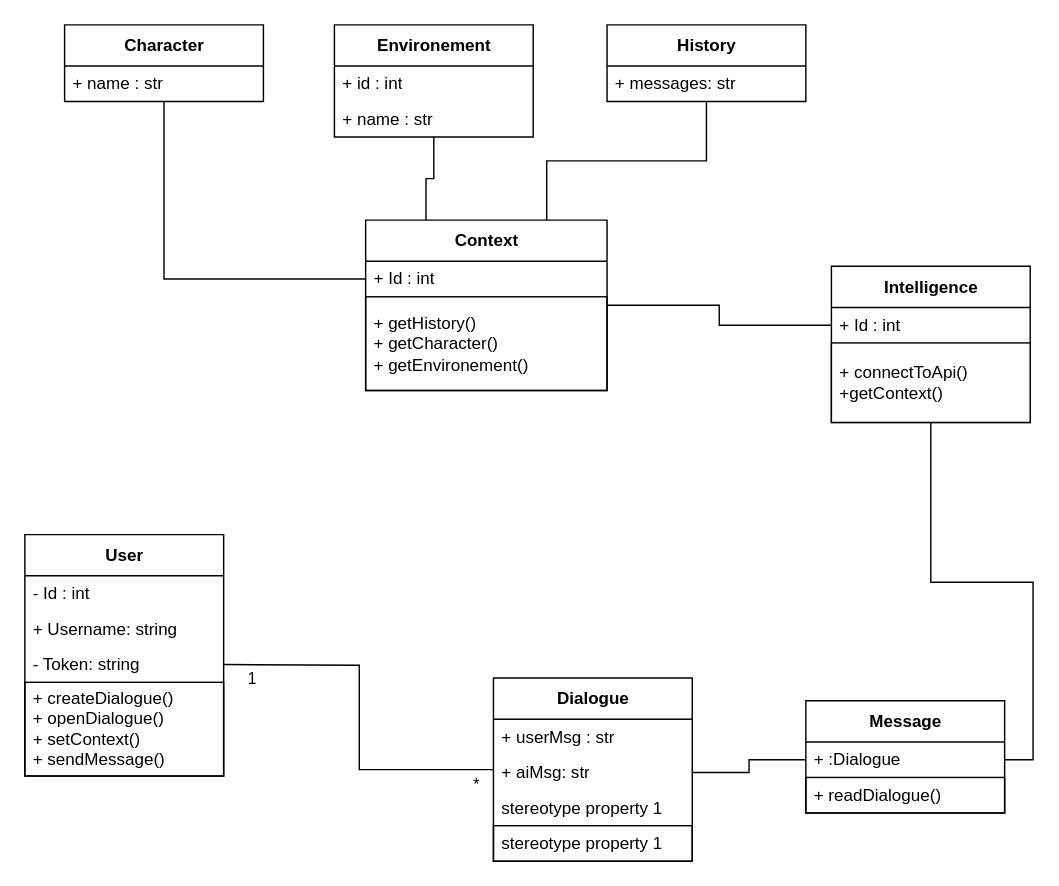
This is page "Class" (2 of 6) of UseCase.drawio from TheoPasquier/Ai-Personnality-chatting, a draw.io file, before an edit. Source tidied: cells renumbered, new cells numbered last; positions are measured from the earlier drawing's top-left corner, leaving out a move shared by most shapes. Both pictures are drawn from the tidied source at 142%, with x=0, y=0 at pixel (24, 24).
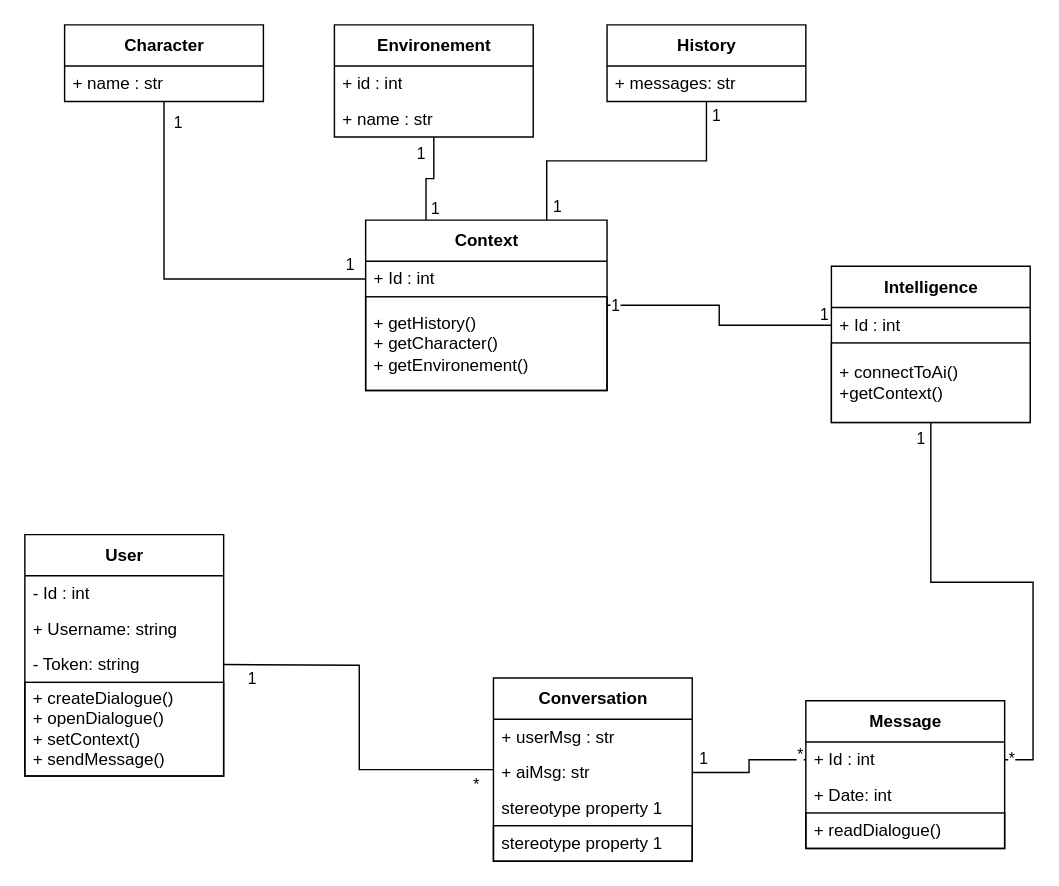
The same diagram, later.

The change refers to these unchanged cells:
```xml
<mxCell id="2" style="edgeStyle=orthogonalEdgeStyle;rounded=0;jettySize=auto;html=1;entryX=0;entryY=0.5;entryDx=0;entryDy=0;endArrow=none;endFill=0;" parent="1" edge="1" source="3" target="16">
  <mxGeometry relative="1" as="geometry" />
</mxCell>
<mxCell id="11" style="edgeStyle=orthogonalEdgeStyle;rounded=0;jettySize=auto;html=1;entryX=0;entryY=0.5;entryDx=0;entryDy=0;endArrow=none;endFill=0;" parent="1" edge="1" source="12" target="4">
  <mxGeometry relative="1" as="geometry" />
</mxCell>
<mxCell id="14" style="edgeStyle=orthogonalEdgeStyle;rounded=0;jettySize=auto;html=1;entryX=1;entryY=0.5;entryDx=0;entryDy=0;endArrow=none;endFill=0;" parent="1" edge="1" source="15" target="34">
  <mxGeometry relative="1" as="geometry" />
</mxCell>
<mxCell id="15" value="Intelligence" style="swimlane;fontStyle=1;align=center;verticalAlign=middle;horizontal=1;startSize=29;html=1;" parent="1" vertex="1">
  <mxGeometry x="568" y="170" width="140" height="110" as="geometry" />
</mxCell>
<mxCell id="26" style="edgeStyle=orthogonalEdgeStyle;rounded=0;jettySize=auto;html=1;entryX=0.25;entryY=0;entryDx=0;entryDy=0;endArrow=none;endFill=0;" parent="1" edge="1" source="27" target="3">
  <mxGeometry relative="1" as="geometry" />
</mxCell>
<mxCell id="30" style="edgeStyle=orthogonalEdgeStyle;rounded=0;jettySize=auto;html=1;entryX=0.75;entryY=0;entryDx=0;entryDy=0;endArrow=none;endFill=0;" parent="1" edge="1" source="31" target="3">
  <mxGeometry relative="1" as="geometry" />
</mxCell>
<mxCell id="36" style="edgeStyle=orthogonalEdgeStyle;rounded=0;jettySize=auto;html=1;exitX=0;exitY=0.5;exitDx=0;exitDy=0;entryX=1;entryY=0.5;entryDx=0;entryDy=0;endArrow=none;endFill=0;" parent="1" edge="1" source="34" target="8">
  <mxGeometry relative="1" as="geometry" />
</mxCell>
```

The edit, as a diff of the source:
```diff
@@
+    <mxCell id="37" value="1" style="edgeLabel;html=1;align=center;verticalAlign=middle;" parent="2" vertex="1">
+      <mxGeometry x="-0.94" relative="1" as="geometry" />
+    </mxCell>
+    <mxCell id="38" value="1" style="edgeLabel;html=1;align=center;verticalAlign=middle;" parent="2" vertex="1">
+      <mxGeometry x="0.94" y="-1" relative="1" as="geometry">
+        <mxPoint x="-1" y="-9" as="offset" />
+      </mxGeometry>
+    </mxCell>
@@
-    <mxCell id="6" value="Dialogue" style="swimlane;fontStyle=1;align=center;verticalAlign=middle;horizontal=1;startSize=29;html=1;" parent="1" vertex="1">
+    <mxCell id="6" value="Conversation" style="swimlane;fontStyle=1;align=center;verticalAlign=middle;horizontal=1;startSize=29;html=1;" parent="1" vertex="1">
       <mxGeometry x="330" y="460" width="140" height="129" as="geometry" />
     </mxCell>
@@
+    <mxCell id="39" value="1" style="edgeLabel;html=1;align=center;verticalAlign=middle;" parent="11" vertex="1">
+      <mxGeometry x="0.92" y="1" relative="1" as="geometry">
+        <mxPoint x="-1" y="-10" as="offset" />
+      </mxGeometry>
+    </mxCell>
@@
+    <mxCell id="40" value="1" style="edgeLabel;html=1;align=center;verticalAlign=middle;" parent="14" vertex="1">
+      <mxGeometry x="0.8" y="1" relative="1" as="geometry">
+        <mxPoint x="-81" y="-214" as="offset" />
+      </mxGeometry>
+    </mxCell>
+    <mxCell id="41" value="*" style="edgeLabel;html=1;align=center;verticalAlign=middle;" parent="14" vertex="1">
+      <mxGeometry x="0.97" relative="1" as="geometry">
+        <mxPoint y="-1" as="offset" />
+      </mxGeometry>
+    </mxCell>
@@
-    <mxCell id="17" value="+ connectToApi()&lt;br&gt;+getContext()" style="text;html=1;strokeColor=default;fillColor=default;align=left;verticalAlign=middle;spacingLeft=4;spacingRight=4;overflow=hidden;" parent="15" vertex="1">
+    <mxCell id="17" value="+ connectToAi()&lt;br&gt;+getContext()" style="text;html=1;strokeColor=default;fillColor=default;align=left;verticalAlign=middle;spacingLeft=4;spacingRight=4;overflow=hidden;" parent="15" vertex="1">
       <mxGeometry y="54" width="140" height="56" as="geometry" />
     </mxCell>
@@
+    <mxCell id="42" value="1" style="edgeLabel;html=1;align=center;verticalAlign=middle;" parent="26" vertex="1">
+      <mxGeometry x="-0.32" relative="1" as="geometry">
+        <mxPoint x="-10" y="-11" as="offset" />
+      </mxGeometry>
+    </mxCell>
@@
+    <mxCell id="43" value="1" style="edgeLabel;html=1;align=center;verticalAlign=middle;" parent="30" vertex="1">
+      <mxGeometry x="0.89" y="-3" relative="1" as="geometry">
+        <mxPoint x="10" y="1" as="offset" />
+      </mxGeometry>
+    </mxCell>
+    <mxCell id="44" value="1" style="edgeLabel;html=1;align=center;verticalAlign=middle;" parent="30" vertex="1">
+      <mxGeometry x="-0.91" relative="1" as="geometry">
+        <mxPoint x="6" as="offset" />
+      </mxGeometry>
+    </mxCell>
@@
     <mxCell id="33" value="Message" style="swimlane;fontStyle=1;align=center;verticalAlign=middle;horizontal=1;startSize=29;html=1;" parent="1" vertex="1">
-      <mxGeometry x="550" y="476" width="140" height="79" as="geometry" />
+      <mxGeometry x="550" y="476" width="140" height="104" as="geometry" />
     </mxCell>
-    <mxCell id="34" value="+ :Dialogue" style="text;html=1;strokeColor=none;fillColor=none;align=left;verticalAlign=middle;spacingLeft=4;spacingRight=4;overflow=hidden;points=[[0,0.5],[1,0.5]];portConstraint=eastwest;" parent="33" vertex="1">
+    <mxCell id="34" value="+ Id : int" style="text;html=1;strokeColor=none;fillColor=none;align=left;verticalAlign=middle;spacingLeft=4;spacingRight=4;overflow=hidden;points=[[0,0.5],[1,0.5]];portConstraint=eastwest;" parent="33" vertex="1">
       <mxGeometry y="29" width="140" height="25" as="geometry" />
     </mxCell>
+    <mxCell id="45" value="+ Date: int" style="text;html=1;strokeColor=none;fillColor=none;align=left;verticalAlign=middle;spacingLeft=4;spacingRight=4;overflow=hidden;" parent="33" vertex="1">
+      <mxGeometry y="54" width="140" height="25" as="geometry" />
+    </mxCell>
     <mxCell id="35" value="+ readDialogue()" style="text;html=1;strokeColor=default;fillColor=none;align=left;verticalAlign=middle;spacingLeft=4;spacingRight=4;overflow=hidden;" parent="33" vertex="1">
-      <mxGeometry y="54" width="140" height="25" as="geometry" />
+      <mxGeometry y="79" width="140" height="25" as="geometry" />
     </mxCell>
@@
+    <mxCell id="46" value="*" style="edgeLabel;html=1;align=center;verticalAlign=middle;" parent="36" vertex="1">
+      <mxGeometry x="-0.76" y="1" relative="1" as="geometry">
+        <mxPoint x="6" y="-5" as="offset" />
+      </mxGeometry>
+    </mxCell>
+    <mxCell id="47" value="1" style="edgeLabel;html=1;align=center;verticalAlign=middle;" parent="36" vertex="1">
+      <mxGeometry x="0.81" relative="1" as="geometry">
+        <mxPoint x="-1" y="-10" as="offset" />
+      </mxGeometry>
+    </mxCell>
+    <mxCell id="48" value="1" style="edgeLabel;html=1;align=center;verticalAlign=middle;" parent="1" vertex="1">
+      <mxGeometry x="107.4" y="68" as="geometry" />
+    </mxCell>
+    <mxCell id="49" value="1" style="edgeLabel;html=1;align=center;verticalAlign=middle;" parent="1" vertex="1">
+      <mxGeometry x="288" y="129.9" as="geometry" />
+    </mxCell>
```
